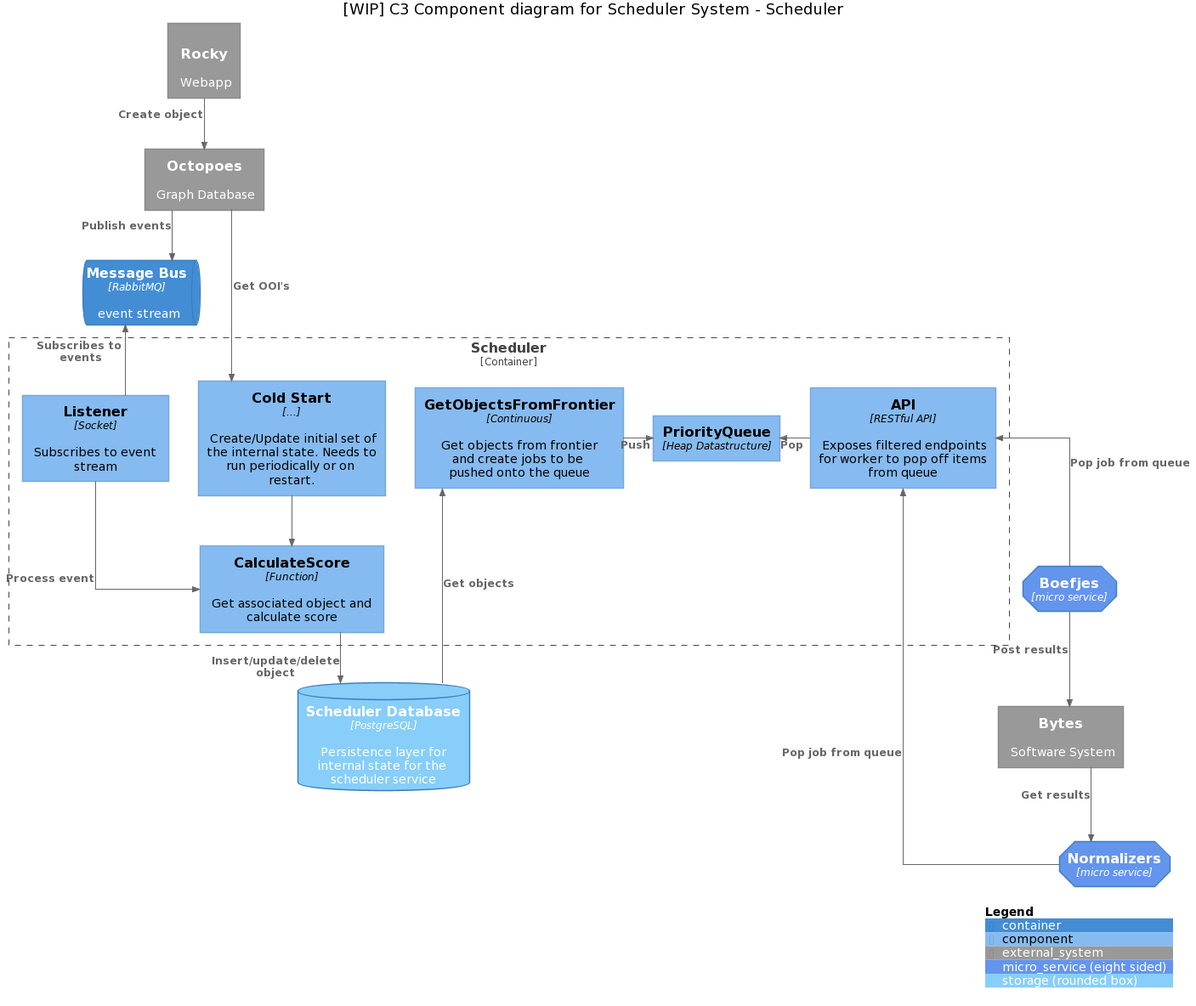
Before: docs/c3_component_diagram.png, a diagram exported from PlantUML (minvws/nl-kat-mula).
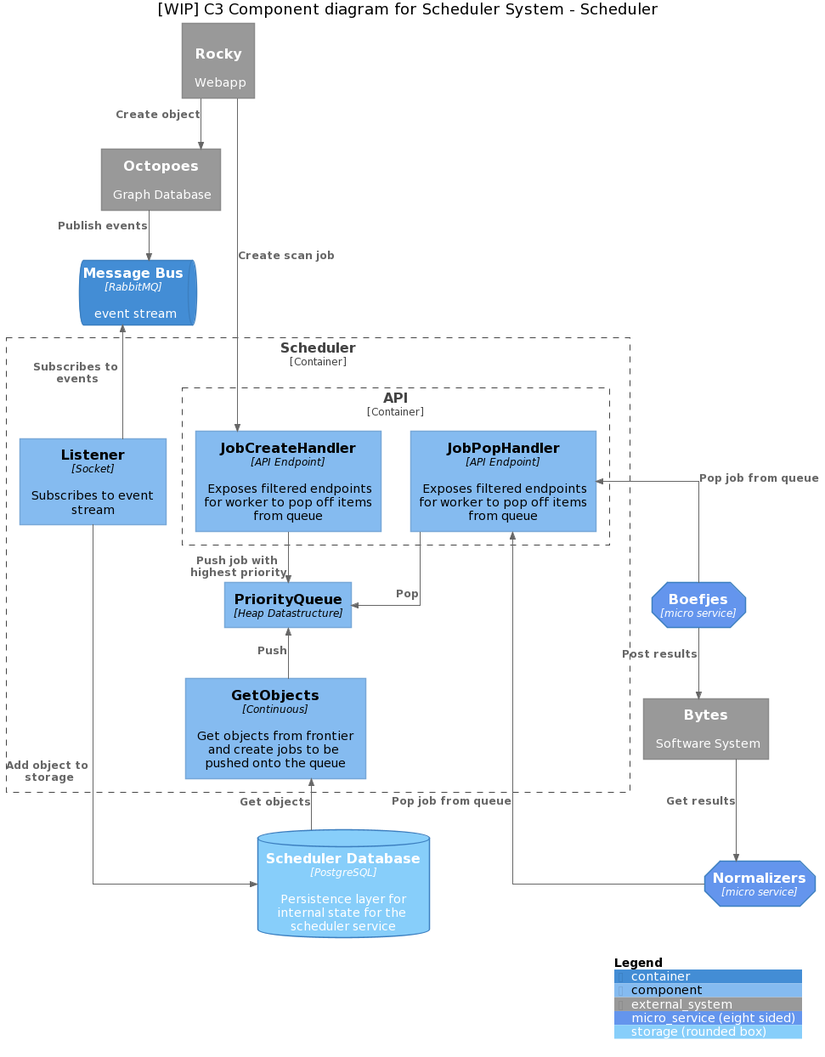
The same diagram one commit later.

Commit message:
Update design diagrams

Diff of the diagram source:
```diff
@@ -12,16 +12,16 @@
 
 Container_Boundary(scheduler, "Scheduler") {
   Component(listener, "Listener", "Socket", "Subscribes to event stream")
-  Component(cold_start, "Cold Start", "...", "Create/Update initial set of the internal state. Needs to run periodically or on restart.")
   Component(pq, "PriorityQueue", "Heap Datastructure", "")
-  Component(calculate_score, "CalculateScore", "Function", "Get associated object and calculate score")
-  Component(get_objects_from_frontier, "GetObjectsFromFrontier", "Continuous", "Get objects from frontier and create jobs to be pushed onto the queue")
+  Component(get_objects, "GetObjects", "Continuous", "Get objects from frontier and create jobs to be pushed onto the queue")
 
-  Component(api, "API", "RESTful API", "Exposes filtered endpoints for worker to pop off items from queue")
+  Container_Boundary(api, "API") {
+    Component(api_job_create, "JobCreateHandler", "API Endpoint", "Exposes filtered endpoints for worker to pop off items from queue")
+    Component(api_job_pop, "JobPopHandler", "API Endpoint", "Exposes filtered endpoints for worker to pop off items from queue")
+  }
 }
 
 ContainerDb(scheduler_db, "Scheduler Database", "PostgreSQL", "Persistence layer for internal state for the scheduler service", $tags = "storage")
-
 
 Container(boefjes, "Boefjes", "micro service", "", $tags = "micro_service")
 Container(normalizers, "Normalizers", "micro service", "", $tags = "micro_service")
@@ -31,19 +31,19 @@
 System_Ext(rocky, "Rocky", "Webapp", "Webapp")
 
 Rel_Down(rocky, octopoes, "Create object")
+Rel_Down(rocky, api_job_create, "Create scan job")
 Rel_Down(octopoes, message_bus, "Publish events")
-Rel_Down(octopoes, cold_start, "Get OOI's")
 Rel_Up(listener, message_bus, "Subscribes to events")
 
-Rel_Down(listener, calculate_score, "Process event")
-Rel_Down(cold_start, calculate_score, " ")
-Rel(calculate_score, scheduler_db, "Insert/update/delete object")
-Rel(scheduler_db, get_objects_from_frontier, "Get objects")
-Rel_Right(get_objects_from_frontier, pq, "Push")
-Rel_Left(api, pq, "Pop")
+Rel_Down(listener, scheduler_db, "Add object to storage")
+Rel_Up(scheduler_db, get_objects, "Get objects")
+Rel_Up(get_objects, pq, "Push")
+Rel_Down(api_job_pop, pq, "Pop")
 
-Rel_Up(boefjes, api, "Pop job from queue")
-Rel_Up(normalizers, api,"Pop job from queue")
+Rel_Up(boefjes, api_job_pop, "Pop job from queue")
+Rel_Up(normalizers, api_job_pop ,"Pop job from queue")
+
+Rel_Down(api_job_create, pq, "Push job with highest priority")
 
 Rel(boefjes, bytes, "Post results")
 Rel(bytes, normalizers, "Get results")
```
